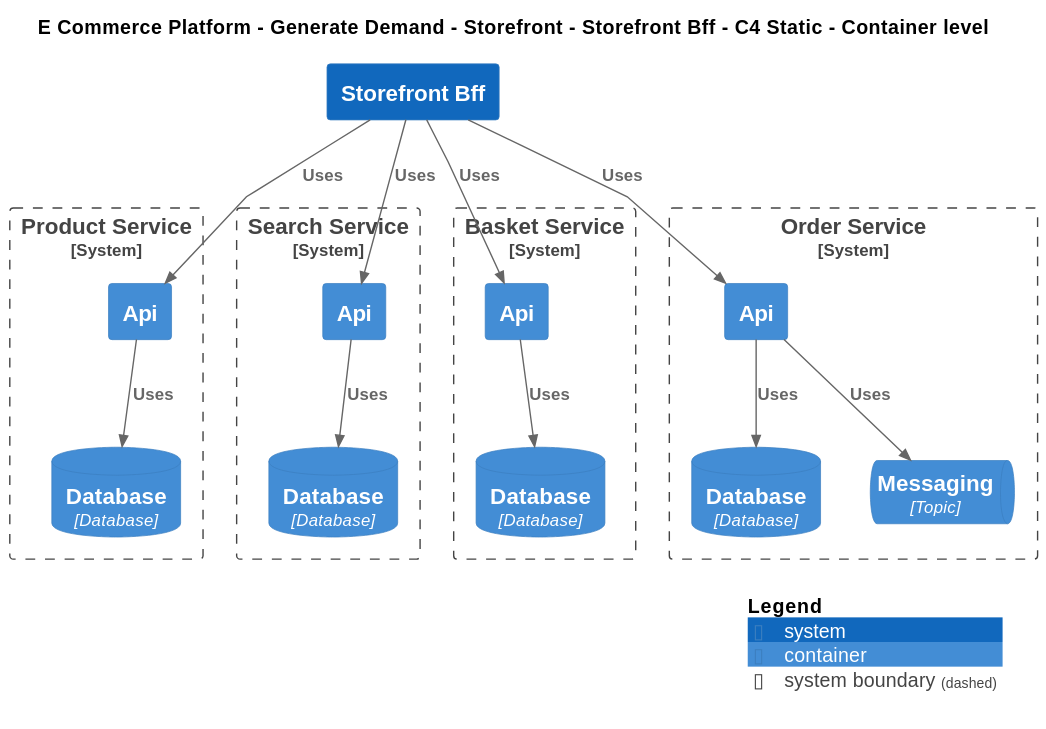
Earlier version of the PlantUML export Samples/E-Commerce Platform/Yaml/Diagrams/E Commerce Platform/Generate Demand/Storefront/Software Systems/Storefront Bff/Container - C4 Static.svg (mnadenysenko/C4InterFlow). Its diagram source:
```plantuml
@startuml
!include ..\..\..\..\..\.c4s\C4_Container.puml

AddElementTag("c4interflow:lifecycle:new", $bgColor=green, $fontColor=#ffffff, $borderColor=green, $shadowing="False")
AddElementTag("c4interflow:lifecycle:changed", $bgColor=orange, $fontColor=#ffffff, $borderColor=orange, $shadowing="False")
AddElementTag("c4interflow:lifecycle:removed", $bgColor=red, $fontColor=#ffffff, $borderColor=red, $shadowing="False")

AddRelTag("c4interflow:lifecycle:new", $textColor=green, $lineColor=green)
AddRelTag("c4interflow:lifecycle:changed", $textColor=orange, $lineColor=orange)
AddRelTag("c4interflow:lifecycle:removed", $textColor=red, $lineColor=red)

SHOW_PERSON_PORTRAIT()
LAYOUT_TOP_DOWN()

skinparam linetype polyline

title E Commerce Platform - Generate Demand - Storefront - Storefront Bff - C4 Static - Container level

System(ECommercePlatform.GenerateDemand.Storefront.SoftwareSystems.StorefrontBff, "Storefront Bff", "")

System_Boundary(ECommercePlatform.CreateProduct.ProductInformationManagement.SoftwareSystems.ProductService, "Product Service") {
    Container(ECommercePlatform.CreateProduct.ProductInformationManagement.SoftwareSystems.ProductService.Containers.Api, "Api", "", "")
    ContainerDb(ECommercePlatform.CreateProduct.ProductInformationManagement.SoftwareSystems.ProductService.Containers.Database, "Database", "Database", "")
}

System_Boundary(ECommercePlatform.GenerateDemand.SearchAndBrowse.SoftwareSystems.SearchService, "Search Service") {
    Container(ECommercePlatform.GenerateDemand.SearchAndBrowse.SoftwareSystems.SearchService.Containers.Api, "Api", "", "")
    ContainerDb(ECommercePlatform.GenerateDemand.SearchAndBrowse.SoftwareSystems.SearchService.Containers.Database, "Database", "Database", "")
}

System_Boundary(ECommercePlatform.GenerateDemand.Basket.SoftwareSystems.BasketService, "Basket Service") {
    Container(ECommercePlatform.GenerateDemand.Basket.SoftwareSystems.BasketService.Containers.Api, "Api", "", "")
    ContainerDb(ECommercePlatform.GenerateDemand.Basket.SoftwareSystems.BasketService.Containers.Database, "Database", "Database", "")
}

System_Boundary(ECommercePlatform.GenerateDemand.OrderManagement.SoftwareSystems.OrderService, "Order Service") {
    Container(ECommercePlatform.GenerateDemand.OrderManagement.SoftwareSystems.OrderService.Containers.Api, "Api", "", "")
    ContainerDb(ECommercePlatform.GenerateDemand.OrderManagement.SoftwareSystems.OrderService.Containers.Database, "Database", "Database", "")
    ContainerQueue(ECommercePlatform.GenerateDemand.OrderManagement.SoftwareSystems.OrderService.Containers.Messaging, "Messaging", "Topic", "")
}

Rel(ECommercePlatform.GenerateDemand.Storefront.SoftwareSystems.StorefrontBff, ECommercePlatform.CreateProduct.ProductInformationManagement.SoftwareSystems.ProductService.Containers.Api, "Uses")
Rel(ECommercePlatform.CreateProduct.ProductInformationManagement.SoftwareSystems.ProductService.Containers.Api, ECommercePlatform.CreateProduct.ProductInformationManagement.SoftwareSystems.ProductService.Containers.Database, "Uses")
Rel(ECommercePlatform.GenerateDemand.Storefront.SoftwareSystems.StorefrontBff, ECommercePlatform.GenerateDemand.SearchAndBrowse.SoftwareSystems.SearchService.Containers.Api, "Uses")
Rel(ECommercePlatform.GenerateDemand.SearchAndBrowse.SoftwareSystems.SearchService.Containers.Api, ECommercePlatform.GenerateDemand.SearchAndBrowse.SoftwareSystems.SearchService.Containers.Database, "Uses")
Rel(ECommercePlatform.GenerateDemand.Storefront.SoftwareSystems.StorefrontBff, ECommercePlatform.GenerateDemand.Basket.SoftwareSystems.BasketService.Containers.Api, "Uses")
Rel(ECommercePlatform.GenerateDemand.Basket.SoftwareSystems.BasketService.Containers.Api, ECommercePlatform.GenerateDemand.Basket.SoftwareSystems.BasketService.Containers.Database, "Uses")
Rel(ECommercePlatform.GenerateDemand.Storefront.SoftwareSystems.StorefrontBff, ECommercePlatform.GenerateDemand.OrderManagement.SoftwareSystems.OrderService.Containers.Api, "Uses")
Rel(ECommercePlatform.GenerateDemand.OrderManagement.SoftwareSystems.OrderService.Containers.Api, ECommercePlatform.GenerateDemand.OrderManagement.SoftwareSystems.OrderService.Containers.Database, "Uses")
Rel(ECommercePlatform.GenerateDemand.OrderManagement.SoftwareSystems.OrderService.Containers.Api, ECommercePlatform.GenerateDemand.OrderManagement.SoftwareSystems.OrderService.Containers.Messaging, "Uses")


SHOW_LEGEND()
@enduml
```
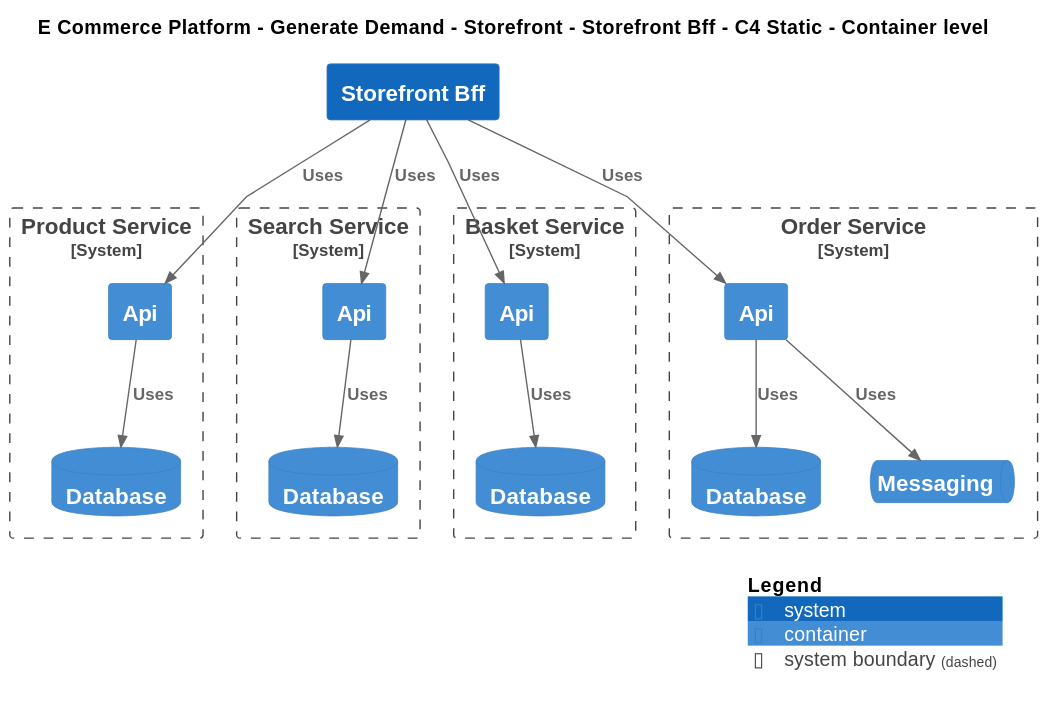
The same file after the commit.

The edit, as a diff of the source:
```diff
@@ -20,23 +20,23 @@
 
 System_Boundary(ECommercePlatform.CreateProduct.ProductInformationManagement.SoftwareSystems.ProductService, "Product Service") {
     Container(ECommercePlatform.CreateProduct.ProductInformationManagement.SoftwareSystems.ProductService.Containers.Api, "Api", "", "")
-    ContainerDb(ECommercePlatform.CreateProduct.ProductInformationManagement.SoftwareSystems.ProductService.Containers.Database, "Database", "Database", "")
+    ContainerDb(ECommercePlatform.CreateProduct.ProductInformationManagement.SoftwareSystems.ProductService.Containers.Database, "Database", "", "")
 }
 
 System_Boundary(ECommercePlatform.GenerateDemand.SearchAndBrowse.SoftwareSystems.SearchService, "Search Service") {
     Container(ECommercePlatform.GenerateDemand.SearchAndBrowse.SoftwareSystems.SearchService.Containers.Api, "Api", "", "")
-    ContainerDb(ECommercePlatform.GenerateDemand.SearchAndBrowse.SoftwareSystems.SearchService.Containers.Database, "Database", "Database", "")
+    ContainerDb(ECommercePlatform.GenerateDemand.SearchAndBrowse.SoftwareSystems.SearchService.Containers.Database, "Database", "", "")
 }
 
 System_Boundary(ECommercePlatform.GenerateDemand.Basket.SoftwareSystems.BasketService, "Basket Service") {
     Container(ECommercePlatform.GenerateDemand.Basket.SoftwareSystems.BasketService.Containers.Api, "Api", "", "")
-    ContainerDb(ECommercePlatform.GenerateDemand.Basket.SoftwareSystems.BasketService.Containers.Database, "Database", "Database", "")
+    ContainerDb(ECommercePlatform.GenerateDemand.Basket.SoftwareSystems.BasketService.Containers.Database, "Database", "", "")
 }
 
 System_Boundary(ECommercePlatform.GenerateDemand.OrderManagement.SoftwareSystems.OrderService, "Order Service") {
     Container(ECommercePlatform.GenerateDemand.OrderManagement.SoftwareSystems.OrderService.Containers.Api, "Api", "", "")
-    ContainerDb(ECommercePlatform.GenerateDemand.OrderManagement.SoftwareSystems.OrderService.Containers.Database, "Database", "Database", "")
-    ContainerQueue(ECommercePlatform.GenerateDemand.OrderManagement.SoftwareSystems.OrderService.Containers.Messaging, "Messaging", "Topic", "")
+    ContainerDb(ECommercePlatform.GenerateDemand.OrderManagement.SoftwareSystems.OrderService.Containers.Database, "Database", "", "")
+    ContainerQueue(ECommercePlatform.GenerateDemand.OrderManagement.SoftwareSystems.OrderService.Containers.Messaging, "Messaging", "", "")
 }
 
 Rel(ECommercePlatform.GenerateDemand.Storefront.SoftwareSystems.StorefrontBff, ECommercePlatform.CreateProduct.ProductInformationManagement.SoftwareSystems.ProductService.Containers.Api, "Uses")
```
